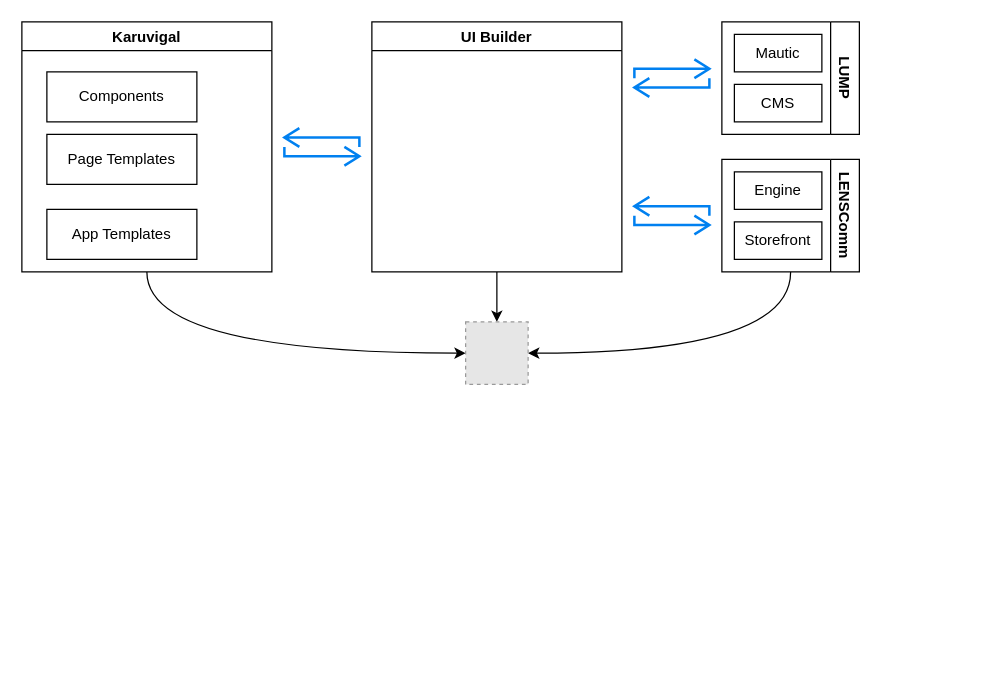
Before: lens-hlighlevel-solution-architecture.drawio in lmnaslimited/iyakkam, a draw.io diagram. Source tidied: cells renumbered, new cells numbered last; positions are measured from the earlier drawing's top-left corner, leaving out a move shared by most shapes. Both pictures are drawn from the tidied source at 125%, with x=0, y=0 at pixel (21, 21). Pictures stored in the file or linked from it are replaced by grey dashed boxes.
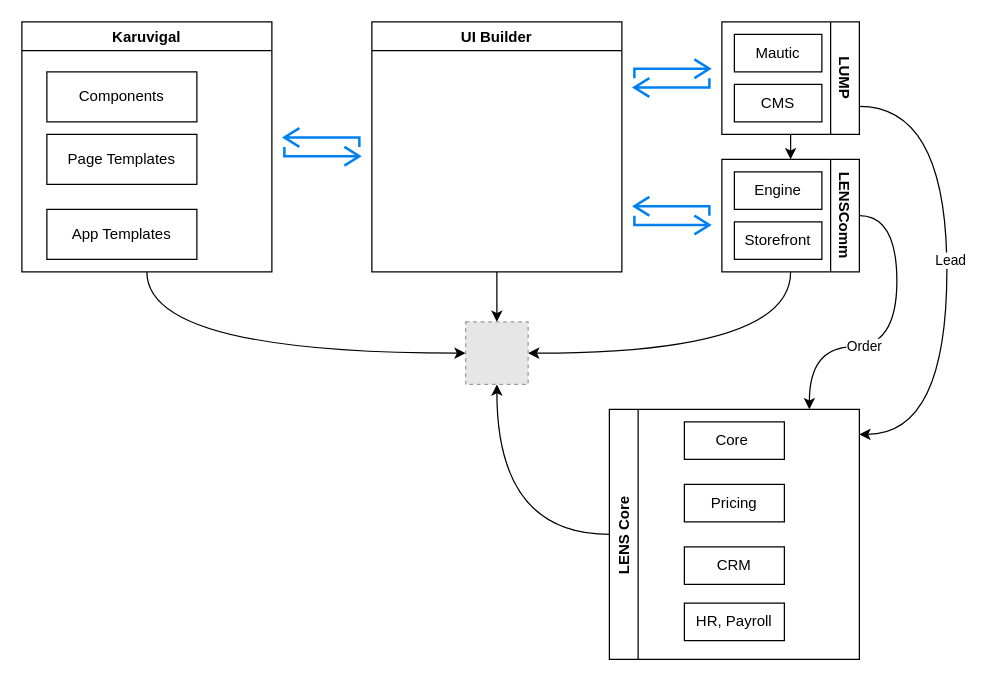
The same diagram, later.

Commit message:
Added ERP component

The change refers to these unchanged cells:
```xml
<mxCell id="9" value="LUMP" style="swimlane;horizontal=0;rotation=-180;" parent="1" vertex="1">
  <mxGeometry x="560" width="110" height="90" as="geometry" />
</mxCell>
<mxCell id="13" value="LENSComm" style="swimlane;horizontal=0;rotation=-180;" parent="1" vertex="1">
  <mxGeometry x="560" y="110" width="110" height="90" as="geometry" />
</mxCell>
<mxCell id="19" style="fillColor=#E6E6E6;strokeColor=#999999;dashed=1;html=1;verticalAlign=top;verticalLabelPosition=bottom;labelBackgroundColor=#ffffff;" parent="1" vertex="1">
  <mxGeometry x="355" y="240" width="50" height="50" as="geometry" />
</mxCell>
```

Diff of the diagram source:
```diff
@@
+    <mxCell id="20" style="edgeStyle=orthogonalEdgeStyle;curved=1;rounded=0;jettySize=auto;html=1;exitX=0.5;exitY=0;exitDx=0;exitDy=0;entryX=0.5;entryY=1;entryDx=0;entryDy=0;" parent="1" edge="1" source="9" target="13">
+      <mxGeometry relative="1" as="geometry" />
+    </mxCell>
+    <mxCell id="21" style="edgeStyle=orthogonalEdgeStyle;curved=1;rounded=0;jettySize=auto;html=1;exitX=0;exitY=0.25;exitDx=0;exitDy=0;" parent="1" edge="1" source="9">
+      <mxGeometry relative="1" as="geometry">
+        <mxPoint x="670" y="330" as="targetPoint" />
+        <Array as="points">
+          <mxPoint x="740" y="68" />
+          <mxPoint x="740" y="330" />
+        </Array>
+      </mxGeometry>
+    </mxCell>
+    <mxCell id="22" value="Lead" style="edgeLabel;html=1;align=center;verticalAlign=middle;" parent="21" vertex="1">
+      <mxGeometry x="-0.04" y="2" relative="1" as="geometry" />
+    </mxCell>
@@
+    <mxCell id="23" style="edgeStyle=orthogonalEdgeStyle;curved=1;rounded=0;jettySize=auto;html=1;exitX=0;exitY=0.5;exitDx=0;exitDy=0;" parent="1" edge="1" source="13">
+      <mxGeometry relative="1" as="geometry">
+        <mxPoint x="630" y="310" as="targetPoint" />
+        <Array as="points">
+          <mxPoint x="700" y="155" />
+          <mxPoint x="700" y="260" />
+          <mxPoint x="630" y="260" />
+        </Array>
+      </mxGeometry>
+    </mxCell>
+    <mxCell id="24" value="Order" style="edgeLabel;html=1;align=center;verticalAlign=middle;" parent="23" vertex="1">
+      <mxGeometry x="0.27" y="-1" relative="1" as="geometry" />
+    </mxCell>
@@
+    <mxCell id="25" style="edgeStyle=orthogonalEdgeStyle;curved=1;rounded=0;jettySize=auto;html=1;exitX=0;exitY=0.5;exitDx=0;exitDy=0;entryX=0.5;entryY=1;entryDx=0;entryDy=0;" parent="1" edge="1" source="26" target="19">
+      <mxGeometry relative="1" as="geometry" />
+    </mxCell>
+    <mxCell id="26" value="LENS Core" style="swimlane;horizontal=0;" parent="1" vertex="1">
+      <mxGeometry x="470" y="310" width="200" height="200" as="geometry" />
+    </mxCell>
+    <mxCell id="27" value="Core&amp;nbsp;" style="rounded=0;whiteSpace=wrap;html=1;" parent="26" vertex="1">
+      <mxGeometry x="60" y="10" width="80" height="30" as="geometry" />
+    </mxCell>
+    <mxCell id="28" value="Pricing" style="rounded=0;whiteSpace=wrap;html=1;" parent="26" vertex="1">
+      <mxGeometry x="60" y="60" width="80" height="30" as="geometry" />
+    </mxCell>
+    <mxCell id="29" value="CRM" style="rounded=0;whiteSpace=wrap;html=1;" parent="26" vertex="1">
+      <mxGeometry x="60" y="110" width="80" height="30" as="geometry" />
+    </mxCell>
+    <mxCell id="30" value="HR, Payroll" style="rounded=0;whiteSpace=wrap;html=1;" parent="26" vertex="1">
+      <mxGeometry x="60" y="155" width="80" height="30" as="geometry" />
+    </mxCell>
```
